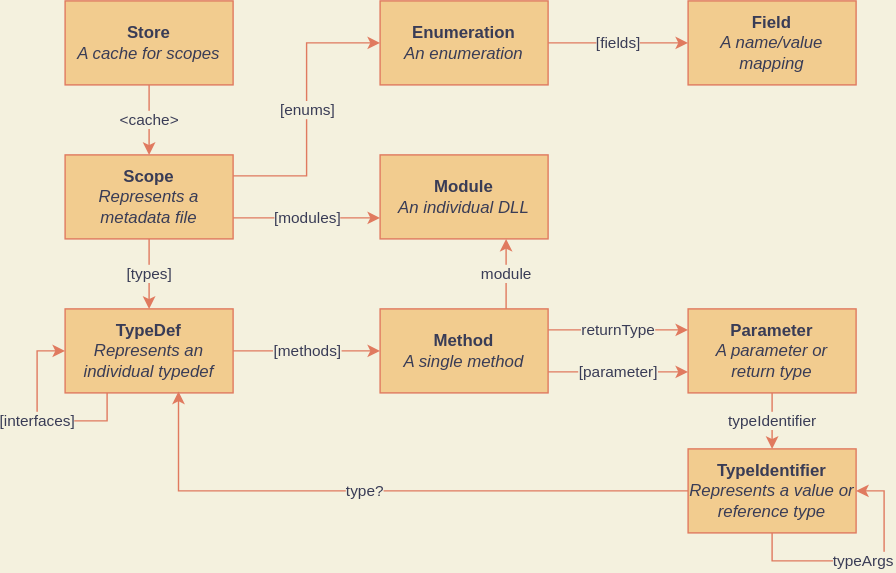
The draw.io diagram metadata.drawio.svg in halildurmus/win32, before a commit. Source tidied: cells renumbered, new cells last; positions are measured from the earlier drawing's top-left corner, leaving out a move shared by most shapes.
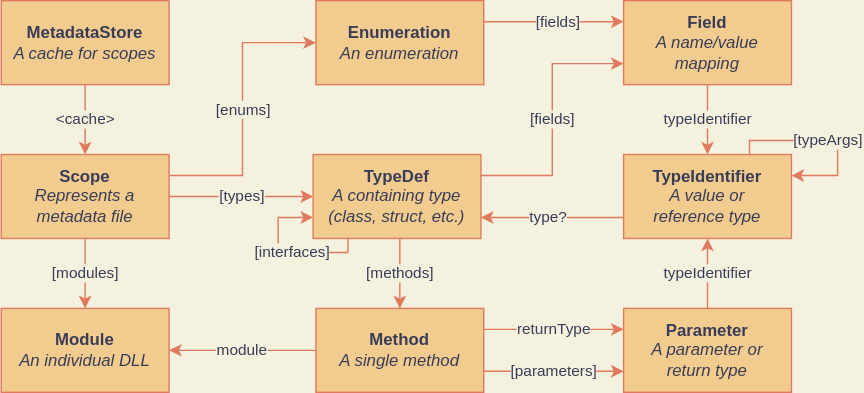
After the commit.

Change to the diagram source:
```diff
@@ -5,7 +5,7 @@
     <mxCell id="2" value="&amp;lt;cache&amp;gt;" style="edgeStyle=orthogonalEdgeStyle;rounded=0;jettySize=auto;html=1;strokeColor=#E07A5F;fontColor=#393C56;labelBackgroundColor=#F4F1DE;" parent="1" edge="1" source="3" target="7">
       <mxGeometry relative="1" as="geometry" />
     </mxCell>
-    <mxCell id="3" value="&lt;b&gt;Store&lt;/b&gt;&lt;br&gt;&lt;i&gt;A cache for scopes&lt;/i&gt;" style="whiteSpace=wrap;html=1;fillColor=#F2CC8F;strokeColor=#E07A5F;fontColor=#393C56;" parent="1" vertex="1">
+    <mxCell id="3" value="&lt;b&gt;MetadataStore&lt;/b&gt;&lt;br&gt;&lt;i&gt;A cache for scopes&lt;/i&gt;" style="whiteSpace=wrap;html=1;fillColor=#F2CC8F;strokeColor=#E07A5F;fontColor=#393C56;" parent="1" vertex="1">
       <mxGeometry x="20" width="120" height="60" as="geometry" />
     </mxCell>
     <mxCell id="4" value="[types]" style="edgeStyle=orthogonalEdgeStyle;rounded=0;jettySize=auto;html=1;strokeColor=#E07A5F;fontColor=#393C56;labelBackgroundColor=#F4F1DE;" parent="1" edge="1" source="7" target="9">
@@ -14,25 +14,30 @@
     <mxCell id="5" value="[enums]" style="edgeStyle=orthogonalEdgeStyle;rounded=0;jettySize=auto;html=1;exitX=1;exitY=0.25;exitDx=0;exitDy=0;entryX=0;entryY=0.5;entryDx=0;entryDy=0;strokeColor=#E07A5F;fontColor=#393C56;labelBackgroundColor=#F4F1DE;" parent="1" edge="1" source="7" target="20">
       <mxGeometry relative="1" as="geometry" />
     </mxCell>
-    <mxCell id="6" value="[modules]" style="edgeStyle=orthogonalEdgeStyle;rounded=0;jettySize=auto;html=1;exitX=1;exitY=0.75;exitDx=0;exitDy=0;entryX=0;entryY=0.75;entryDx=0;entryDy=0;fillColor=#F2CC8F;strokeColor=#E07A5F;fontColor=#393C56;labelBackgroundColor=#F4F1DE;" parent="1" edge="1" source="7" target="23">
+    <mxCell id="6" value="[modules]" style="edgeStyle=orthogonalEdgeStyle;rounded=0;jettySize=auto;html=1;exitX=0.5;exitY=1;exitDx=0;exitDy=0;entryX=0.5;entryY=0;entryDx=0;entryDy=0;fillColor=#F2CC8F;strokeColor=#E07A5F;fontColor=#393C56;labelBackgroundColor=#F4F1DE;" parent="1" edge="1" source="7" target="23">
       <mxGeometry relative="1" as="geometry" />
     </mxCell>
     <mxCell id="7" value="&lt;b&gt;Scope&lt;/b&gt;&lt;br&gt;&lt;i&gt;Represents a metadata file&lt;/i&gt;" style="whiteSpace=wrap;html=1;fillColor=#F2CC8F;strokeColor=#E07A5F;fontColor=#393C56;" parent="1" vertex="1">
       <mxGeometry x="20" y="110" width="120" height="60" as="geometry" />
     </mxCell>
     <mxCell id="8" value="[methods]" style="edgeStyle=orthogonalEdgeStyle;rounded=0;jettySize=auto;html=1;strokeColor=#E07A5F;fontColor=#393C56;labelBackgroundColor=#F4F1DE;" parent="1" edge="1" source="9" target="13">
-      <mxGeometry relative="1" as="geometry" />
+      <mxGeometry relative="1" as="geometry">
+        <Array as="points">
+          <mxPoint x="305" y="180" />
+          <mxPoint x="305" y="180" />
+        </Array>
+      </mxGeometry>
     </mxCell>
-    <mxCell id="9" value="&lt;b&gt;TypeDef&lt;/b&gt;&lt;br&gt;&lt;i&gt;Represents an individual typedef&lt;/i&gt;" style="whiteSpace=wrap;html=1;fillColor=#F2CC8F;strokeColor=#E07A5F;fontColor=#393C56;" parent="1" vertex="1">
-      <mxGeometry x="20" y="220" width="120" height="60" as="geometry" />
+    <mxCell id="9" value="&lt;b&gt;TypeDef&lt;/b&gt;&lt;br&gt;&lt;i&gt;A containing type (class, struct, etc.)&lt;/i&gt;" style="whiteSpace=wrap;html=1;fillColor=#F2CC8F;strokeColor=#E07A5F;fontColor=#393C56;" parent="1" vertex="1">
+      <mxGeometry x="243" y="110" width="120" height="60" as="geometry" />
     </mxCell>
-    <mxCell id="10" value="[parameter]" style="edgeStyle=orthogonalEdgeStyle;rounded=0;jettySize=auto;html=1;exitX=1;exitY=0.75;exitDx=0;exitDy=0;entryX=0;entryY=0.75;entryDx=0;entryDy=0;strokeColor=#E07A5F;fontColor=#393C56;labelBackgroundColor=#F4F1DE;" parent="1" edge="1" source="13" target="15">
+    <mxCell id="10" value="[parameters]" style="edgeStyle=orthogonalEdgeStyle;rounded=0;jettySize=auto;html=1;exitX=1;exitY=0.75;exitDx=0;exitDy=0;entryX=0;entryY=0.75;entryDx=0;entryDy=0;strokeColor=#E07A5F;fontColor=#393C56;labelBackgroundColor=#F4F1DE;" parent="1" edge="1" source="13" target="15">
       <mxGeometry relative="1" as="geometry" />
     </mxCell>
     <mxCell id="11" value="returnType" style="edgeStyle=orthogonalEdgeStyle;rounded=0;jettySize=auto;html=1;exitX=1;exitY=0.25;exitDx=0;exitDy=0;entryX=0;entryY=0.25;entryDx=0;entryDy=0;strokeColor=#E07A5F;fontColor=#393C56;labelBackgroundColor=#F4F1DE;" parent="1" edge="1" source="13" target="15">
       <mxGeometry relative="1" as="geometry" />
     </mxCell>
-    <mxCell id="12" value="module" style="edgeStyle=orthogonalEdgeStyle;curved=0;rounded=1;sketch=0;jettySize=auto;html=1;exitX=0.75;exitY=0;exitDx=0;exitDy=0;entryX=0.75;entryY=1;entryDx=0;entryDy=0;strokeColor=#E07A5F;fillColor=#F2CC8F;fontColor=#393C56;labelBackgroundColor=#F4F1DE;" parent="1" edge="1" source="13" target="23">
+    <mxCell id="12" value="module" style="edgeStyle=orthogonalEdgeStyle;rounded=0;sketch=0;jettySize=auto;html=1;exitX=0;exitY=0.5;exitDx=0;exitDy=0;entryX=1;entryY=0.5;entryDx=0;entryDy=0;strokeColor=#E07A5F;fillColor=#F2CC8F;fontColor=#393C56;labelBackgroundColor=#F4F1DE;" parent="1" edge="1" source="13" target="23">
       <mxGeometry relative="1" as="geometry" />
     </mxCell>
     <mxCell id="13" value="&lt;b&gt;Method&lt;/b&gt;&lt;br&gt;&lt;i&gt;A single method&lt;/i&gt;" style="whiteSpace=wrap;html=1;fillColor=#F2CC8F;strokeColor=#E07A5F;fontColor=#393C56;" parent="1" vertex="1">
@@ -44,17 +49,23 @@
     <mxCell id="15" value="&lt;b&gt;Parameter&lt;/b&gt;&lt;br&gt;&lt;i&gt;A parameter or &lt;br&gt;return type&lt;/i&gt;" style="whiteSpace=wrap;html=1;fillColor=#F2CC8F;strokeColor=#E07A5F;fontColor=#393C56;" parent="1" vertex="1">
       <mxGeometry x="465" y="220" width="120" height="60" as="geometry" />
     </mxCell>
-    <mxCell id="16" value="type?" style="edgeStyle=orthogonalEdgeStyle;rounded=0;jettySize=auto;html=1;exitX=0;exitY=0.5;exitDx=0;exitDy=0;entryX=0.675;entryY=0.983;entryDx=0;entryDy=0;entryPerimeter=0;strokeColor=#E07A5F;fontColor=#393C56;labelBackgroundColor=#F4F1DE;" parent="1" edge="1" source="17" target="9">
+    <mxCell id="16" value="type?" style="edgeStyle=orthogonalEdgeStyle;rounded=0;jettySize=auto;html=1;exitX=0;exitY=0.75;exitDx=0;exitDy=0;entryX=1;entryY=0.75;entryDx=0;entryDy=0;strokeColor=#E07A5F;fontColor=#393C56;labelBackgroundColor=#F4F1DE;" parent="1" edge="1" source="17" target="9">
       <mxGeometry x="0.06" relative="1" as="geometry" />
     </mxCell>
-    <mxCell id="17" value="&lt;b&gt;TypeIdentifier&lt;br&gt;&lt;/b&gt;&lt;i&gt;Represents a value or reference type&lt;/i&gt;" style="whiteSpace=wrap;html=1;fillColor=#F2CC8F;strokeColor=#E07A5F;fontColor=#393C56;" parent="1" vertex="1">
-      <mxGeometry x="465" y="320" width="120" height="60" as="geometry" />
+    <mxCell id="17" value="&lt;b&gt;TypeIdentifier&lt;br&gt;&lt;/b&gt;&lt;i&gt;A value or &lt;br&gt;reference type&lt;/i&gt;" style="whiteSpace=wrap;html=1;fillColor=#F2CC8F;strokeColor=#E07A5F;fontColor=#393C56;" parent="1" vertex="1">
+      <mxGeometry x="465" y="110" width="120" height="60" as="geometry" />
     </mxCell>
-    <mxCell id="18" value="typeArgs" style="edgeStyle=orthogonalEdgeStyle;rounded=0;orthogonalLoop=1;jettySize=auto;html=1;exitX=0.5;exitY=1;exitDx=0;exitDy=0;entryX=1;entryY=0.5;entryDx=0;entryDy=0;strokeColor=#E07A5F;fontColor=#393C56;labelBackgroundColor=#F4F1DE;" parent="1" edge="1" source="17" target="17">
-      <mxGeometry relative="1" as="geometry" />
+    <mxCell id="18" value="[typeArgs]" style="edgeStyle=orthogonalEdgeStyle;rounded=0;orthogonalLoop=1;jettySize=auto;html=1;exitX=0.75;exitY=0;exitDx=0;exitDy=0;entryX=1;entryY=0.25;entryDx=0;entryDy=0;strokeColor=#E07A5F;fontColor=#393C56;labelBackgroundColor=#F4F1DE;" parent="1" edge="1" source="17" target="17">
+      <mxGeometry relative="1" as="geometry">
+        <Array as="points">
+          <mxPoint x="555" y="100" />
+          <mxPoint x="618" y="100" />
+          <mxPoint x="618" y="125" />
+        </Array>
+      </mxGeometry>
     </mxCell>
-    <mxCell id="19" value="[fields]" style="edgeStyle=orthogonalEdgeStyle;rounded=0;jettySize=auto;html=1;exitX=1;exitY=0.5;exitDx=0;exitDy=0;entryX=0;entryY=0.5;entryDx=0;entryDy=0;strokeColor=#E07A5F;fontColor=#393C56;labelBackgroundColor=#F4F1DE;" parent="1" edge="1" source="20" target="21">
-      <mxGeometry relative="1" as="geometry" />
+    <mxCell id="19" value="[fields]" style="edgeStyle=orthogonalEdgeStyle;rounded=0;jettySize=auto;html=1;exitX=1;exitY=0.25;exitDx=0;exitDy=0;entryX=0;entryY=0.25;entryDx=0;entryDy=0;strokeColor=#E07A5F;fontColor=#393C56;labelBackgroundColor=#F4F1DE;" parent="1" edge="1" source="20" target="21">
+      <mxGeometry x="0.06" relative="1" as="geometry" />
     </mxCell>
     <mxCell id="20" value="&lt;b&gt;Enumeration&lt;br&gt;&lt;/b&gt;&lt;i&gt;An enumeration&lt;/i&gt;" style="whiteSpace=wrap;html=1;fillColor=#F2CC8F;strokeColor=#E07A5F;fontColor=#393C56;" parent="1" vertex="1">
       <mxGeometry x="245" width="120" height="60" as="geometry" />
@@ -62,17 +73,30 @@
     <mxCell id="21" value="&lt;b&gt;Field&lt;/b&gt;&lt;br&gt;&lt;i&gt;A name/value mapping&lt;/i&gt;" style="whiteSpace=wrap;html=1;fillColor=#F2CC8F;strokeColor=#E07A5F;fontColor=#393C56;" parent="1" vertex="1">
       <mxGeometry x="465" width="120" height="60" as="geometry" />
     </mxCell>
-    <mxCell id="22" value="[interfaces]" style="edgeStyle=orthogonalEdgeStyle;rounded=0;orthogonalLoop=1;jettySize=auto;html=1;exitX=0.25;exitY=1;exitDx=0;exitDy=0;entryX=0;entryY=0.5;entryDx=0;entryDy=0;strokeColor=#E07A5F;fontColor=#393C56;labelBackgroundColor=#F4F1DE;" parent="1" edge="1" source="9" target="9">
-      <mxGeometry relative="1" as="geometry">
+    <mxCell id="22" value="[interfaces]" style="edgeStyle=orthogonalEdgeStyle;rounded=0;jettySize=auto;html=1;fontColor=#393C56;labelBackgroundColor=#F4F1DE;entryX=0;entryY=0.75;entryDx=0;entryDy=0;strokeColor=#E07A5F;" parent="1" edge="1" target="9">
+      <mxGeometry x="-0.2" relative="1" as="geometry">
+        <mxPoint x="268" y="180" as="sourcePoint" />
         <Array as="points">
-          <mxPoint x="50" y="300" />
-          <mxPoint y="300" />
-          <mxPoint y="250" />
+          <mxPoint x="218" y="180" />
+          <mxPoint x="218" y="155" />
         </Array>
       </mxGeometry>
     </mxCell>
     <mxCell id="23" value="&lt;b&gt;Module&lt;br&gt;&lt;/b&gt;&lt;i&gt;An individual DLL&lt;/i&gt;" style="whiteSpace=wrap;html=1;fillColor=#F2CC8F;strokeColor=#E07A5F;fontColor=#393C56;" parent="1" vertex="1">
-      <mxGeometry x="245" y="110" width="120" height="60" as="geometry" />
+      <mxGeometry x="20" y="220" width="120" height="60" as="geometry" />
     </mxCell>
+    <mxCell id="24" value="[fields]" style="edgeStyle=orthogonalEdgeStyle;rounded=0;jettySize=auto;html=1;exitX=1;exitY=0.25;exitDx=0;exitDy=0;strokeColor=#E07A5F;fontColor=#393C56;labelBackgroundColor=#F4F1DE;entryX=0;entryY=0.75;entryDx=0;entryDy=0;" parent="1" edge="1" source="9" target="21">
+      <mxGeometry relative="1" as="geometry" />
+    </mxCell>
+    <mxCell id="25" style="edgeStyle=orthogonalEdgeStyle;rounded=0;jettySize=auto;html=1;entryX=0.208;entryY=1;entryDx=0;entryDy=0;entryPerimeter=0;fillColor=#ffe6cc;endArrow=none;endFill=0;strokeColor=#E07A5F;" parent="1" edge="1" target="9">
+      <mxGeometry relative="1" as="geometry">
+        <mxPoint x="268" y="180" as="sourcePoint" />
+      </mxGeometry>
+    </mxCell>
+    <mxCell id="26" value="typeIdentifier" style="edgeStyle=orthogonalEdgeStyle;rounded=0;jettySize=auto;html=1;strokeColor=#E07A5F;fontColor=#393C56;labelBackgroundColor=#F4F1DE;exitX=0.5;exitY=1;exitDx=0;exitDy=0;" parent="1" edge="1" source="21">
+      <mxGeometry relative="1" as="geometry">
+        <mxPoint x="525" y="110" as="targetPoint" />
+      </mxGeometry>
+    </mxCell>
   </root>
 </mxGraphModel>
```
